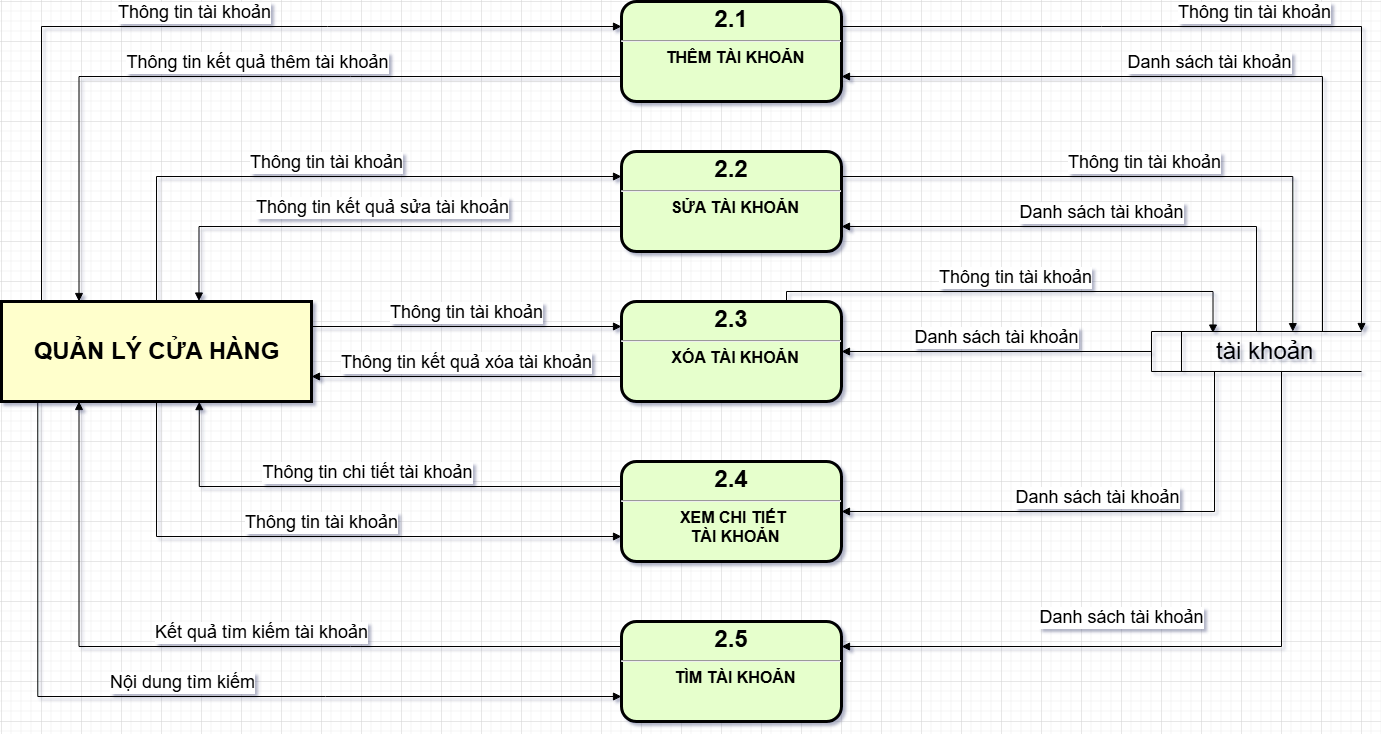
Before: DFD/DFD_TK_2.drawio.png, a diagram exported from draw.io (phanvu1/PTTKHTTT). Source tidied: cells renumbered, new cells last; positions are measured from the earlier drawing's top-left corner, leaving out a move shared by most shapes. Its diagram source:
```xml
<mxGraphModel>
  <root>
    <mxCell id="0" />
    <mxCell id="1" parent="0" />
    <mxCell id="2" value="&lt;p style=&quot;margin: 4px 0px 0px; text-align: center;&quot;&gt;&lt;span style=&quot;font-size: 24px;&quot;&gt;2.1&lt;/span&gt;&lt;/p&gt;&lt;hr&gt;&lt;p style=&quot;margin: 0px; margin-left: 8px;&quot;&gt;&lt;font size=&quot;3&quot;&gt;THÊM TÀI KHOẢN&lt;/font&gt;&lt;/p&gt;" style="verticalAlign=middle;align=center;overflow=fill;fontSize=12;fontFamily=Helvetica;html=1;rounded=1;fontStyle=1;strokeWidth=3;fillColor=#E6FFCC;" parent="1" vertex="1">
      <mxGeometry x="620" width="220" height="100" as="geometry" />
    </mxCell>
    <mxCell id="3" style="group;" parent="1" vertex="1">
      <mxGeometry y="300" width="310" height="100" as="geometry" />
    </mxCell>
    <mxCell id="4" style="whiteSpace=wrap;align=center;verticalAlign=middle;fontStyle=1;strokeWidth=3;fillColor=#FFFFCC;" parent="3" vertex="1">
      <mxGeometry width="310" height="100" as="geometry" />
    </mxCell>
    <mxCell id="5" value="&lt;b&gt;&lt;font style=&quot;font-size: 24px;&quot;&gt;QUẢN LÝ CỬA HÀNG&lt;/font&gt;&lt;/b&gt;" style="text;html=1;align=center;verticalAlign=middle;strokeColor=none;fillColor=none;" parent="3" vertex="1">
      <mxGeometry x="20" y="30" width="270" height="40" as="geometry" />
    </mxCell>
    <mxCell id="6" value="&lt;font style=&quot;font-size: 24px;&quot;&gt;&lt;span style=&quot;white-space: pre;&quot;&gt;&#9;&lt;/span&gt;&amp;nbsp;tài khoản&lt;/font&gt;" style="html=1;dashed=0;whiteSpace=wrap;shape=mxgraph.dfd.dataStoreID;align=left;spacingLeft=3;points=[[0,0],[0.5,0],[1,0],[0,0.5],[1,0.5],[0,1],[0.5,1],[1,1]];verticalAlign=middle;fontFamily=Helvetica;fontSize=12;fontColor=default;fillColor=none;gradientColor=none;" parent="1" vertex="1">
      <mxGeometry x="1150" y="330" width="210" height="40" as="geometry" />
    </mxCell>
    <mxCell id="7" value="&lt;font style=&quot;font-size: 18px;&quot;&gt;Thông tin tài khoản&lt;/font&gt;" style="html=1;verticalAlign=bottom;endArrow=block;rounded=0;entryX=0;entryY=0.25;entryDx=0;entryDy=0;edgeStyle=orthogonalEdgeStyle;" parent="1" edge="1" target="2">
      <mxGeometry relative="1" as="geometry">
        <mxPoint x="40" y="300" as="sourcePoint" />
        <Array as="points">
          <mxPoint x="40" y="25" />
        </Array>
      </mxGeometry>
    </mxCell>
    <mxCell id="8" value="&lt;font style=&quot;font-size: 18px;&quot;&gt;Thông tin kết quả thêm tài khoản&lt;/font&gt;" style="html=1;verticalAlign=bottom;endArrow=block;rounded=0;entryX=0.25;entryY=0;entryDx=0;entryDy=0;exitX=0;exitY=0.75;exitDx=0;exitDy=0;edgeStyle=orthogonalEdgeStyle;" parent="1" edge="1" source="2" target="4">
      <mxGeometry x="-0.05" relative="1" as="geometry" />
    </mxCell>
    <mxCell id="9" value="&lt;p style=&quot;margin: 4px 0px 0px; text-align: center;&quot;&gt;&lt;span style=&quot;font-size: 24px;&quot;&gt;2.2&lt;/span&gt;&lt;/p&gt;&lt;hr&gt;&lt;p style=&quot;margin: 0px; margin-left: 8px;&quot;&gt;&lt;font size=&quot;3&quot;&gt;SỬA TÀI KHOẢN&lt;/font&gt;&lt;/p&gt;" style="verticalAlign=middle;align=center;overflow=fill;fontSize=12;fontFamily=Helvetica;html=1;rounded=1;fontStyle=1;strokeWidth=3;fillColor=#E6FFCC;" parent="1" vertex="1">
      <mxGeometry x="620" y="150" width="220" height="100" as="geometry" />
    </mxCell>
    <mxCell id="10" value="&lt;p style=&quot;margin: 4px 0px 0px; text-align: center;&quot;&gt;&lt;span style=&quot;font-size: 24px;&quot;&gt;2.3&lt;/span&gt;&lt;/p&gt;&lt;hr&gt;&lt;p style=&quot;margin: 0px; margin-left: 8px;&quot;&gt;&lt;font size=&quot;3&quot;&gt;XÓA TÀI KHOẢN&lt;/font&gt;&lt;/p&gt;" style="verticalAlign=middle;align=center;overflow=fill;fontSize=12;fontFamily=Helvetica;html=1;rounded=1;fontStyle=1;strokeWidth=3;fillColor=#E6FFCC;" parent="1" vertex="1">
      <mxGeometry x="620" y="300" width="220" height="100" as="geometry" />
    </mxCell>
    <mxCell id="11" value="&lt;p style=&quot;margin: 4px 0px 0px; text-align: center;&quot;&gt;&lt;span style=&quot;font-size: 24px;&quot;&gt;2.4&lt;/span&gt;&lt;/p&gt;&lt;hr&gt;&lt;p style=&quot;margin: 0px; margin-left: 8px;&quot;&gt;&lt;font size=&quot;3&quot;&gt;XEM CHI TIẾT&amp;nbsp;&lt;/font&gt;&lt;/p&gt;&lt;p style=&quot;margin: 0px; margin-left: 8px;&quot;&gt;&lt;font size=&quot;3&quot;&gt;TÀI KHOẢN&lt;/font&gt;&lt;/p&gt;" style="verticalAlign=middle;align=center;overflow=fill;fontSize=12;fontFamily=Helvetica;html=1;rounded=1;fontStyle=1;strokeWidth=3;fillColor=#E6FFCC;" parent="1" vertex="1">
      <mxGeometry x="620" y="460" width="220" height="100" as="geometry" />
    </mxCell>
    <mxCell id="12" value="&lt;p style=&quot;margin: 4px 0px 0px; text-align: center;&quot;&gt;&lt;span style=&quot;font-size: 24px;&quot;&gt;2.5&lt;/span&gt;&lt;/p&gt;&lt;hr&gt;&lt;p style=&quot;margin: 0px; margin-left: 8px;&quot;&gt;&lt;font size=&quot;3&quot;&gt;TÌM TÀI KHOẢN&lt;/font&gt;&lt;/p&gt;" style="verticalAlign=middle;align=center;overflow=fill;fontSize=12;fontFamily=Helvetica;html=1;rounded=1;fontStyle=1;strokeWidth=3;fillColor=#E6FFCC;" parent="1" vertex="1">
      <mxGeometry x="620" y="620" width="220" height="100" as="geometry" />
    </mxCell>
    <mxCell id="13" value="&lt;font style=&quot;font-size: 18px;&quot;&gt;Thông tin tài khoản&lt;/font&gt;" style="html=1;verticalAlign=bottom;endArrow=block;rounded=0;entryX=0;entryY=0.25;entryDx=0;entryDy=0;exitX=0.5;exitY=0;exitDx=0;exitDy=0;edgeStyle=orthogonalEdgeStyle;" parent="1" edge="1" source="4" target="9">
      <mxGeometry relative="1" as="geometry" />
    </mxCell>
    <mxCell id="14" value="&lt;font style=&quot;font-size: 18px;&quot;&gt;Thông tin kết quả sửa tài khoản&lt;/font&gt;" style="html=1;verticalAlign=bottom;endArrow=block;rounded=0;entryX=0.637;entryY=-0.005;entryDx=0;entryDy=0;entryPerimeter=0;exitX=0;exitY=0.75;exitDx=0;exitDy=0;edgeStyle=orthogonalEdgeStyle;" parent="1" edge="1" source="9" target="4">
      <mxGeometry x="-0.04" y="-5" relative="1" as="geometry" />
    </mxCell>
    <mxCell id="15" value="&lt;font style=&quot;font-size: 18px;&quot;&gt;Thông tin tài khoản&lt;/font&gt;" style="html=1;verticalAlign=bottom;endArrow=block;curved=0;rounded=0;entryX=0;entryY=0.25;entryDx=0;entryDy=0;exitX=1;exitY=0.25;exitDx=0;exitDy=0;" parent="1" edge="1" source="4" target="10">
      <mxGeometry relative="1" as="geometry" />
    </mxCell>
    <mxCell id="16" value="&lt;font style=&quot;font-size: 18px;&quot;&gt;Thông tin kết quả xóa tài khoản&lt;/font&gt;" style="html=1;verticalAlign=bottom;endArrow=block;curved=0;rounded=0;entryX=1;entryY=0.75;entryDx=0;entryDy=0;exitX=0;exitY=0.75;exitDx=0;exitDy=0;" parent="1" edge="1" source="10" target="4">
      <mxGeometry relative="1" as="geometry" />
    </mxCell>
    <mxCell id="17" value="&lt;font style=&quot;font-size: 18px;&quot;&gt;Thông tin tài khoản&lt;/font&gt;" style="html=1;verticalAlign=bottom;endArrow=block;rounded=0;exitX=0.5;exitY=1;exitDx=0;exitDy=0;entryX=0;entryY=0.75;entryDx=0;entryDy=0;edgeStyle=orthogonalEdgeStyle;" parent="1" edge="1" source="4" target="11">
      <mxGeometry relative="1" as="geometry" />
    </mxCell>
    <mxCell id="18" value="&lt;font style=&quot;font-size: 18px;&quot;&gt;Thông tin chi tiết tài khoản&lt;/font&gt;" style="html=1;verticalAlign=bottom;endArrow=block;rounded=0;entryX=0.638;entryY=1.001;entryDx=0;entryDy=0;entryPerimeter=0;exitX=0;exitY=0.25;exitDx=0;exitDy=0;edgeStyle=orthogonalEdgeStyle;" parent="1" edge="1" source="11" target="4">
      <mxGeometry relative="1" as="geometry" />
    </mxCell>
    <mxCell id="19" value="&lt;font style=&quot;font-size: 18px;&quot;&gt;Kết quả tìm kiếm tài khoản&lt;/font&gt;" style="html=1;verticalAlign=bottom;endArrow=block;rounded=0;entryX=0.25;entryY=1;entryDx=0;entryDy=0;exitX=0;exitY=0.25;exitDx=0;exitDy=0;edgeStyle=orthogonalEdgeStyle;" parent="1" edge="1" source="12" target="4">
      <mxGeometry x="-0.09" relative="1" as="geometry" />
    </mxCell>
    <mxCell id="20" value="&lt;font style=&quot;font-size: 18px;&quot;&gt;Nội dung tìm kiếm&lt;/font&gt;" style="html=1;verticalAlign=bottom;endArrow=block;rounded=0;entryX=0;entryY=0.75;entryDx=0;entryDy=0;exitX=0.117;exitY=0.994;exitDx=0;exitDy=0;exitPerimeter=0;edgeStyle=orthogonalEdgeStyle;" parent="1" edge="1" source="4" target="12">
      <mxGeometry relative="1" as="geometry" />
    </mxCell>
    <mxCell id="21" value="&lt;font style=&quot;font-size: 18px;&quot;&gt;Thông tin tài khoản&lt;/font&gt;" style="html=1;verticalAlign=bottom;endArrow=block;rounded=0;exitX=1;exitY=0.25;exitDx=0;exitDy=0;entryX=1;entryY=0;entryDx=0;entryDy=0;edgeStyle=orthogonalEdgeStyle;" parent="1" edge="1" source="2" target="6">
      <mxGeometry relative="1" as="geometry" />
    </mxCell>
    <mxCell id="22" value="&lt;font style=&quot;font-size: 18px;&quot;&gt;Danh sách tài khoản&lt;/font&gt;" style="html=1;verticalAlign=bottom;endArrow=block;rounded=0;edgeStyle=orthogonalEdgeStyle;entryX=1;entryY=0.75;entryDx=0;entryDy=0;" parent="1" edge="1" target="2">
      <mxGeometry relative="1" as="geometry">
        <mxPoint x="1321" y="330" as="sourcePoint" />
        <Array as="points">
          <mxPoint x="1321" y="75" />
        </Array>
      </mxGeometry>
    </mxCell>
    <mxCell id="23" value="&lt;font style=&quot;font-size: 18px;&quot;&gt;Danh sách tài khoản&lt;/font&gt;" style="html=1;verticalAlign=bottom;endArrow=block;rounded=0;edgeStyle=orthogonalEdgeStyle;entryX=1;entryY=0.75;entryDx=0;entryDy=0;exitX=0.5;exitY=0;exitDx=0;exitDy=0;" parent="1" edge="1" source="6" target="9">
      <mxGeometry relative="1" as="geometry">
        <Array as="points">
          <mxPoint x="1255" y="225" />
        </Array>
      </mxGeometry>
    </mxCell>
    <mxCell id="24" value="&lt;font style=&quot;font-size: 18px;&quot;&gt;Thông tin tài khoản&lt;/font&gt;" style="html=1;verticalAlign=bottom;endArrow=block;rounded=0;exitX=1;exitY=0.25;exitDx=0;exitDy=0;entryX=0.673;entryY=0.004;entryDx=0;entryDy=0;edgeStyle=orthogonalEdgeStyle;entryPerimeter=0;" parent="1" edge="1" source="9" target="6">
      <mxGeometry relative="1" as="geometry" />
    </mxCell>
    <mxCell id="25" value="&lt;font style=&quot;font-size: 18px;&quot;&gt;Thông tin tài khoản&lt;/font&gt;" style="html=1;verticalAlign=bottom;endArrow=block;rounded=0;exitX=0.75;exitY=0;exitDx=0;exitDy=0;entryX=0.293;entryY=0.039;entryDx=0;entryDy=0;edgeStyle=orthogonalEdgeStyle;entryPerimeter=0;" parent="1" edge="1" source="10" target="6">
      <mxGeometry relative="1" as="geometry">
        <Array as="points">
          <mxPoint x="785" y="290" />
          <mxPoint x="1212" y="290" />
        </Array>
      </mxGeometry>
    </mxCell>
    <mxCell id="26" value="&lt;span style=&quot;font-size: 18px;&quot;&gt;Danh sách tài khoản&lt;/span&gt;" style="html=1;verticalAlign=bottom;endArrow=block;curved=0;rounded=0;entryX=1;entryY=0.5;entryDx=0;entryDy=0;exitX=0;exitY=0.5;exitDx=0;exitDy=0;" parent="1" edge="1" source="6" target="10">
      <mxGeometry relative="1" as="geometry" />
    </mxCell>
    <mxCell id="27" value="&lt;span style=&quot;font-size: 18px;&quot;&gt;Danh sách tài khoản&lt;/span&gt;" style="html=1;verticalAlign=bottom;endArrow=block;rounded=0;entryX=1;entryY=0.5;entryDx=0;entryDy=0;edgeStyle=orthogonalEdgeStyle;" parent="1" edge="1" target="11">
      <mxGeometry relative="1" as="geometry">
        <mxPoint x="1213" y="370" as="sourcePoint" />
        <Array as="points">
          <mxPoint x="1213" y="510" />
        </Array>
      </mxGeometry>
    </mxCell>
    <mxCell id="28" value="&lt;span style=&quot;font-size: 18px;&quot;&gt;Danh sách tài khoản&lt;/span&gt;" style="html=1;verticalAlign=bottom;endArrow=block;rounded=0;entryX=1;entryY=0.25;entryDx=0;entryDy=0;edgeStyle=orthogonalEdgeStyle;exitX=0.619;exitY=1;exitDx=0;exitDy=0;exitPerimeter=0;" parent="1" edge="1" source="6" target="12">
      <mxGeometry x="0.22" y="-15" relative="1" as="geometry">
        <Array as="points">
          <mxPoint x="1280" y="645" />
        </Array>
      </mxGeometry>
    </mxCell>
  </root>
</mxGraphModel>
```
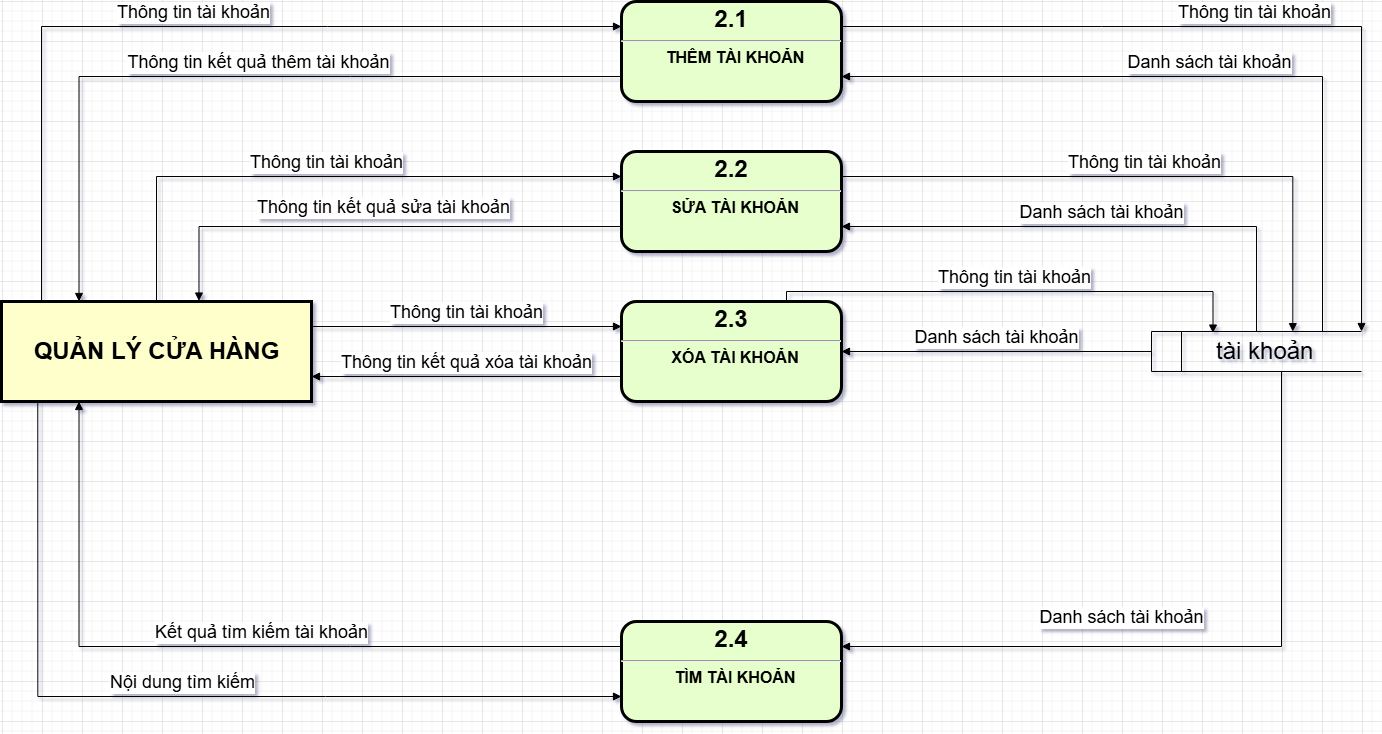
Above is the later version.

Diff of the diagram source:
```diff
@@ -34,10 +34,7 @@
     <mxCell id="10" value="&lt;p style=&quot;margin: 4px 0px 0px; text-align: center;&quot;&gt;&lt;span style=&quot;font-size: 24px;&quot;&gt;2.3&lt;/span&gt;&lt;/p&gt;&lt;hr&gt;&lt;p style=&quot;margin: 0px; margin-left: 8px;&quot;&gt;&lt;font size=&quot;3&quot;&gt;XÓA TÀI KHOẢN&lt;/font&gt;&lt;/p&gt;" style="verticalAlign=middle;align=center;overflow=fill;fontSize=12;fontFamily=Helvetica;html=1;rounded=1;fontStyle=1;strokeWidth=3;fillColor=#E6FFCC;" parent="1" vertex="1">
       <mxGeometry x="620" y="300" width="220" height="100" as="geometry" />
     </mxCell>
-    <mxCell id="11" value="&lt;p style=&quot;margin: 4px 0px 0px; text-align: center;&quot;&gt;&lt;span style=&quot;font-size: 24px;&quot;&gt;2.4&lt;/span&gt;&lt;/p&gt;&lt;hr&gt;&lt;p style=&quot;margin: 0px; margin-left: 8px;&quot;&gt;&lt;font size=&quot;3&quot;&gt;XEM CHI TIẾT&amp;nbsp;&lt;/font&gt;&lt;/p&gt;&lt;p style=&quot;margin: 0px; margin-left: 8px;&quot;&gt;&lt;font size=&quot;3&quot;&gt;TÀI KHOẢN&lt;/font&gt;&lt;/p&gt;" style="verticalAlign=middle;align=center;overflow=fill;fontSize=12;fontFamily=Helvetica;html=1;rounded=1;fontStyle=1;strokeWidth=3;fillColor=#E6FFCC;" parent="1" vertex="1">
-      <mxGeometry x="620" y="460" width="220" height="100" as="geometry" />
-    </mxCell>
-    <mxCell id="12" value="&lt;p style=&quot;margin: 4px 0px 0px; text-align: center;&quot;&gt;&lt;span style=&quot;font-size: 24px;&quot;&gt;2.5&lt;/span&gt;&lt;/p&gt;&lt;hr&gt;&lt;p style=&quot;margin: 0px; margin-left: 8px;&quot;&gt;&lt;font size=&quot;3&quot;&gt;TÌM TÀI KHOẢN&lt;/font&gt;&lt;/p&gt;" style="verticalAlign=middle;align=center;overflow=fill;fontSize=12;fontFamily=Helvetica;html=1;rounded=1;fontStyle=1;strokeWidth=3;fillColor=#E6FFCC;" parent="1" vertex="1">
+    <mxCell id="12" value="&lt;p style=&quot;margin: 4px 0px 0px; text-align: center;&quot;&gt;&lt;span style=&quot;font-size: 24px;&quot;&gt;2.4&lt;/span&gt;&lt;/p&gt;&lt;hr&gt;&lt;p style=&quot;margin: 0px; margin-left: 8px;&quot;&gt;&lt;font size=&quot;3&quot;&gt;TÌM TÀI KHOẢN&lt;/font&gt;&lt;/p&gt;" style="verticalAlign=middle;align=center;overflow=fill;fontSize=12;fontFamily=Helvetica;html=1;rounded=1;fontStyle=1;strokeWidth=3;fillColor=#E6FFCC;" parent="1" vertex="1">
       <mxGeometry x="620" y="620" width="220" height="100" as="geometry" />
     </mxCell>
     <mxCell id="13" value="&lt;font style=&quot;font-size: 18px;&quot;&gt;Thông tin tài khoản&lt;/font&gt;" style="html=1;verticalAlign=bottom;endArrow=block;rounded=0;entryX=0;entryY=0.25;entryDx=0;entryDy=0;exitX=0.5;exitY=0;exitDx=0;exitDy=0;edgeStyle=orthogonalEdgeStyle;" parent="1" edge="1" source="4" target="9">
@@ -52,12 +49,6 @@
     <mxCell id="16" value="&lt;font style=&quot;font-size: 18px;&quot;&gt;Thông tin kết quả xóa tài khoản&lt;/font&gt;" style="html=1;verticalAlign=bottom;endArrow=block;curved=0;rounded=0;entryX=1;entryY=0.75;entryDx=0;entryDy=0;exitX=0;exitY=0.75;exitDx=0;exitDy=0;" parent="1" edge="1" source="10" target="4">
       <mxGeometry relative="1" as="geometry" />
     </mxCell>
-    <mxCell id="17" value="&lt;font style=&quot;font-size: 18px;&quot;&gt;Thông tin tài khoản&lt;/font&gt;" style="html=1;verticalAlign=bottom;endArrow=block;rounded=0;exitX=0.5;exitY=1;exitDx=0;exitDy=0;entryX=0;entryY=0.75;entryDx=0;entryDy=0;edgeStyle=orthogonalEdgeStyle;" parent="1" edge="1" source="4" target="11">
-      <mxGeometry relative="1" as="geometry" />
-    </mxCell>
-    <mxCell id="18" value="&lt;font style=&quot;font-size: 18px;&quot;&gt;Thông tin chi tiết tài khoản&lt;/font&gt;" style="html=1;verticalAlign=bottom;endArrow=block;rounded=0;entryX=0.638;entryY=1.001;entryDx=0;entryDy=0;entryPerimeter=0;exitX=0;exitY=0.25;exitDx=0;exitDy=0;edgeStyle=orthogonalEdgeStyle;" parent="1" edge="1" source="11" target="4">
-      <mxGeometry relative="1" as="geometry" />
-    </mxCell>
     <mxCell id="19" value="&lt;font style=&quot;font-size: 18px;&quot;&gt;Kết quả tìm kiếm tài khoản&lt;/font&gt;" style="html=1;verticalAlign=bottom;endArrow=block;rounded=0;entryX=0.25;entryY=1;entryDx=0;entryDy=0;exitX=0;exitY=0.25;exitDx=0;exitDy=0;edgeStyle=orthogonalEdgeStyle;" parent="1" edge="1" source="12" target="4">
       <mxGeometry x="-0.09" relative="1" as="geometry" />
     </mxCell>
@@ -96,14 +87,6 @@
     <mxCell id="26" value="&lt;span style=&quot;font-size: 18px;&quot;&gt;Danh sách tài khoản&lt;/span&gt;" style="html=1;verticalAlign=bottom;endArrow=block;curved=0;rounded=0;entryX=1;entryY=0.5;entryDx=0;entryDy=0;exitX=0;exitY=0.5;exitDx=0;exitDy=0;" parent="1" edge="1" source="6" target="10">
       <mxGeometry relative="1" as="geometry" />
     </mxCell>
-    <mxCell id="27" value="&lt;span style=&quot;font-size: 18px;&quot;&gt;Danh sách tài khoản&lt;/span&gt;" style="html=1;verticalAlign=bottom;endArrow=block;rounded=0;entryX=1;entryY=0.5;entryDx=0;entryDy=0;edgeStyle=orthogonalEdgeStyle;" parent="1" edge="1" target="11">
-      <mxGeometry relative="1" as="geometry">
-        <mxPoint x="1213" y="370" as="sourcePoint" />
-        <Array as="points">
-          <mxPoint x="1213" y="510" />
-        </Array>
-      </mxGeometry>
-    </mxCell>
     <mxCell id="28" value="&lt;span style=&quot;font-size: 18px;&quot;&gt;Danh sách tài khoản&lt;/span&gt;" style="html=1;verticalAlign=bottom;endArrow=block;rounded=0;entryX=1;entryY=0.25;entryDx=0;entryDy=0;edgeStyle=orthogonalEdgeStyle;exitX=0.619;exitY=1;exitDx=0;exitDy=0;exitPerimeter=0;" parent="1" edge="1" source="6" target="12">
       <mxGeometry x="0.22" y="-15" relative="1" as="geometry">
         <Array as="points">
```
